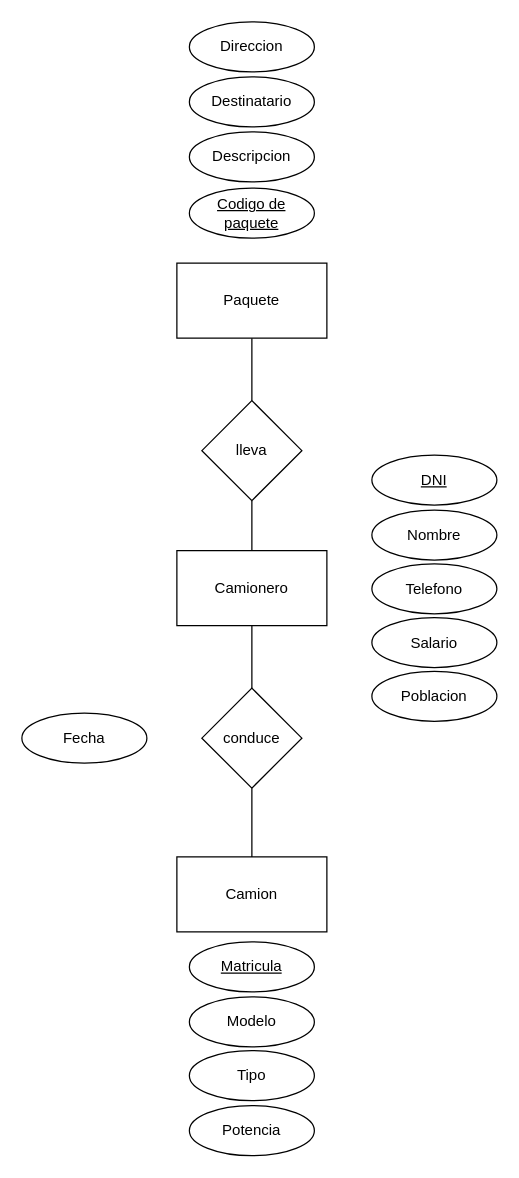
Before: Unidad_1/Tareas/Tarea_3/Sistema de Reparto.drawio in OxideVanadium/base_de_datos, a draw.io diagram. Source tidied: cells renumbered, new cells numbered last; positions are measured from the earlier drawing's top-left corner, leaving out a move shared by most shapes. Both pictures are drawn from the tidied source at 125%, with x=0, y=0 at pixel (21, 21).
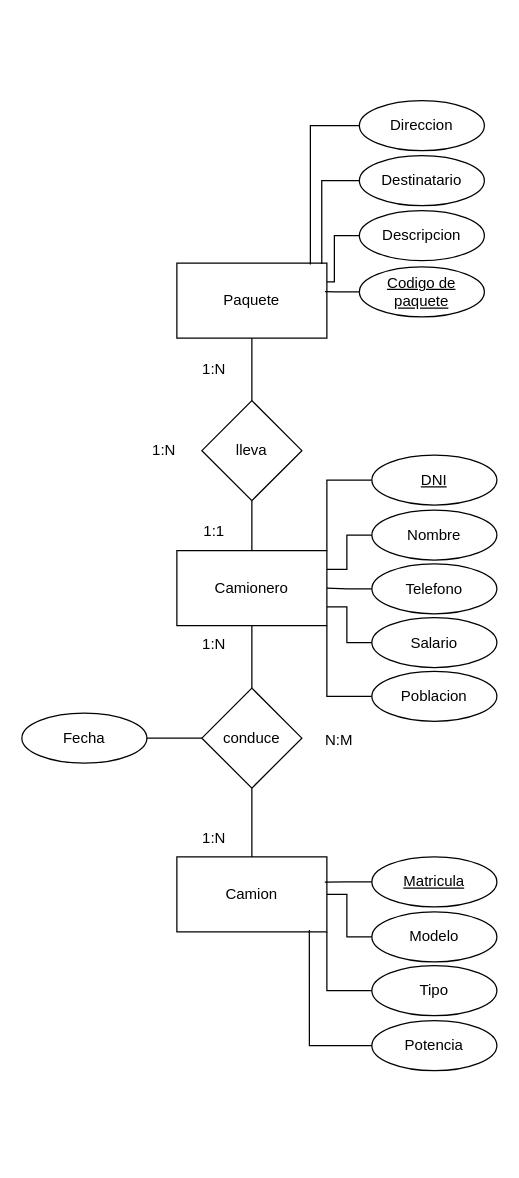
Above is the later version.

The change refers to these unchanged cells:
```xml
<mxCell id="3" value="Paquete" style="rounded=0;whiteSpace=wrap;html=1;" parent="1" vertex="1">
  <mxGeometry x="124" y="193" width="120" height="60" as="geometry" />
</mxCell>
<mxCell id="5" value="&lt;div&gt;Camionero&lt;/div&gt;" style="rounded=0;whiteSpace=wrap;html=1;" parent="1" vertex="1">
  <mxGeometry x="124" y="423" width="120" height="60" as="geometry" />
</mxCell>
<mxCell id="6" value="Camion" style="rounded=0;whiteSpace=wrap;html=1;" parent="1" vertex="1">
  <mxGeometry x="124" y="668" width="120" height="60" as="geometry" />
</mxCell>
<mxCell id="10" value="conduce" style="rhombus;whiteSpace=wrap;html=1;" parent="1" vertex="1">
  <mxGeometry x="144" y="533" width="80" height="80" as="geometry" />
</mxCell>
<mxCell id="15" value="DNI" style="ellipse;whiteSpace=wrap;html=1;align=center;fontStyle=4;" parent="1" vertex="1">
  <mxGeometry x="280" y="346.5" width="100" height="40" as="geometry" />
</mxCell>
<mxCell id="16" value="Nombre" style="ellipse;whiteSpace=wrap;html=1;" parent="1" vertex="1">
  <mxGeometry x="280" y="390.5" width="100" height="40" as="geometry" />
</mxCell>
<mxCell id="17" value="Telefono" style="ellipse;whiteSpace=wrap;html=1;" parent="1" vertex="1">
  <mxGeometry x="280" y="433.5" width="100" height="40" as="geometry" />
</mxCell>
<mxCell id="18" value="Salario" style="ellipse;whiteSpace=wrap;html=1;" parent="1" vertex="1">
  <mxGeometry x="280" y="476.5" width="100" height="40" as="geometry" />
</mxCell>
<mxCell id="19" value="&lt;div&gt;Poblacion&lt;/div&gt;" style="ellipse;whiteSpace=wrap;html=1;" parent="1" vertex="1">
  <mxGeometry x="280" y="519.5" width="100" height="40" as="geometry" />
</mxCell>
<mxCell id="24" value="Fecha" style="ellipse;whiteSpace=wrap;html=1;" parent="1" vertex="1">
  <mxGeometry y="553" width="100" height="40" as="geometry" />
</mxCell>
```

Diff of the diagram source:
```diff
@@
     <mxCell id="11" value="Codigo de paquete" style="ellipse;whiteSpace=wrap;html=1;align=center;fontStyle=4;" parent="1" vertex="1">
-      <mxGeometry x="134" y="133" width="100" height="40" as="geometry" />
+      <mxGeometry x="270" y="196" width="100" height="40" as="geometry" />
     </mxCell>
+    <mxCell id="25" style="edgeStyle=orthogonalEdgeStyle;rounded=0;jettySize=auto;html=1;entryX=1;entryY=0.25;entryDx=0;entryDy=0;endArrow=none;endFill=0;" parent="1" edge="1" source="12" target="3">
+      <mxGeometry relative="1" as="geometry" />
+    </mxCell>
     <mxCell id="12" value="Descripcion" style="ellipse;whiteSpace=wrap;html=1;" parent="1" vertex="1">
-      <mxGeometry x="134" y="88" width="100" height="40" as="geometry" />
+      <mxGeometry x="270" y="151" width="100" height="40" as="geometry" />
     </mxCell>
     <mxCell id="13" value="Destinatario" style="ellipse;whiteSpace=wrap;html=1;" parent="1" vertex="1">
-      <mxGeometry x="134" y="44" width="100" height="40" as="geometry" />
+      <mxGeometry x="270" y="107" width="100" height="40" as="geometry" />
     </mxCell>
     <mxCell id="14" value="Direccion" style="ellipse;whiteSpace=wrap;html=1;" parent="1" vertex="1">
-      <mxGeometry x="134" width="100" height="40" as="geometry" />
+      <mxGeometry x="270" y="63" width="100" height="40" as="geometry" />
     </mxCell>
+    <mxCell id="26" style="edgeStyle=orthogonalEdgeStyle;rounded=0;jettySize=auto;html=1;entryX=1;entryY=0;entryDx=0;entryDy=0;endArrow=none;endFill=0;" parent="1" edge="1" source="15" target="5">
+      <mxGeometry relative="1" as="geometry" />
+    </mxCell>
@@
+    <mxCell id="27" style="edgeStyle=orthogonalEdgeStyle;rounded=0;jettySize=auto;html=1;entryX=1;entryY=0.25;entryDx=0;entryDy=0;endArrow=none;endFill=0;" parent="1" edge="1" source="16" target="5">
+      <mxGeometry relative="1" as="geometry" />
+    </mxCell>
@@
+    <mxCell id="28" style="edgeStyle=orthogonalEdgeStyle;rounded=0;jettySize=auto;html=1;endArrow=none;endFill=0;" parent="1" edge="1" source="17" target="5">
+      <mxGeometry relative="1" as="geometry" />
+    </mxCell>
@@
+    <mxCell id="29" style="edgeStyle=orthogonalEdgeStyle;rounded=0;jettySize=auto;html=1;entryX=1;entryY=0.75;entryDx=0;entryDy=0;endArrow=none;endFill=0;" parent="1" edge="1" source="18" target="5">
+      <mxGeometry relative="1" as="geometry" />
+    </mxCell>
@@
+    <mxCell id="30" style="edgeStyle=orthogonalEdgeStyle;rounded=0;jettySize=auto;html=1;entryX=1;entryY=1;entryDx=0;entryDy=0;endArrow=none;endFill=0;" parent="1" edge="1" source="19" target="5">
+      <mxGeometry relative="1" as="geometry" />
+    </mxCell>
@@
     <mxCell id="20" value="Matricula" style="ellipse;whiteSpace=wrap;html=1;align=center;fontStyle=4;" parent="1" vertex="1">
-      <mxGeometry x="134" y="736" width="100" height="40" as="geometry" />
+      <mxGeometry x="280" y="668" width="100" height="40" as="geometry" />
     </mxCell>
+    <mxCell id="31" style="edgeStyle=orthogonalEdgeStyle;rounded=0;jettySize=auto;html=1;entryX=1;entryY=0.5;entryDx=0;entryDy=0;endArrow=none;endFill=0;" parent="1" edge="1" source="21" target="6">
+      <mxGeometry relative="1" as="geometry" />
+    </mxCell>
     <mxCell id="21" value="Modelo" style="ellipse;whiteSpace=wrap;html=1;" parent="1" vertex="1">
-      <mxGeometry x="134" y="780" width="100" height="40" as="geometry" />
+      <mxGeometry x="280" y="712" width="100" height="40" as="geometry" />
     </mxCell>
+    <mxCell id="32" style="edgeStyle=orthogonalEdgeStyle;rounded=0;jettySize=auto;html=1;entryX=1;entryY=1;entryDx=0;entryDy=0;endArrow=none;endFill=0;" parent="1" edge="1" source="22" target="6">
+      <mxGeometry relative="1" as="geometry" />
+    </mxCell>
     <mxCell id="22" value="Tipo" style="ellipse;whiteSpace=wrap;html=1;" parent="1" vertex="1">
-      <mxGeometry x="134" y="823" width="100" height="40" as="geometry" />
+      <mxGeometry x="280" y="755" width="100" height="40" as="geometry" />
     </mxCell>
     <mxCell id="23" value="Potencia" style="ellipse;whiteSpace=wrap;html=1;" parent="1" vertex="1">
-      <mxGeometry x="134" y="867" width="100" height="40" as="geometry" />
+      <mxGeometry x="280" y="799" width="100" height="40" as="geometry" />
     </mxCell>
+    <mxCell id="33" style="edgeStyle=orthogonalEdgeStyle;rounded=0;jettySize=auto;html=1;entryX=0;entryY=0.5;entryDx=0;entryDy=0;endArrow=none;endFill=0;" parent="1" edge="1" source="24" target="10">
+      <mxGeometry relative="1" as="geometry" />
+    </mxCell>
@@
+    <mxCell id="34" style="edgeStyle=orthogonalEdgeStyle;rounded=0;jettySize=auto;html=1;entryX=0.987;entryY=0.379;entryDx=0;entryDy=0;entryPerimeter=0;endArrow=none;endFill=0;" parent="1" edge="1" source="11" target="3">
+      <mxGeometry relative="1" as="geometry" />
+    </mxCell>
+    <mxCell id="35" style="edgeStyle=orthogonalEdgeStyle;rounded=0;jettySize=auto;html=1;entryX=0.966;entryY=0.011;entryDx=0;entryDy=0;entryPerimeter=0;endArrow=none;endFill=0;" parent="1" edge="1" source="13" target="3">
+      <mxGeometry relative="1" as="geometry" />
+    </mxCell>
+    <mxCell id="36" style="edgeStyle=orthogonalEdgeStyle;rounded=0;jettySize=auto;html=1;entryX=0.89;entryY=0.018;entryDx=0;entryDy=0;entryPerimeter=0;endArrow=none;endFill=0;" parent="1" edge="1" source="14" target="3">
+      <mxGeometry relative="1" as="geometry" />
+    </mxCell>
+    <mxCell id="37" style="edgeStyle=orthogonalEdgeStyle;rounded=0;jettySize=auto;html=1;entryX=0.986;entryY=0.335;entryDx=0;entryDy=0;entryPerimeter=0;endArrow=none;endFill=0;" parent="1" edge="1" source="20" target="6">
+      <mxGeometry relative="1" as="geometry" />
+    </mxCell>
+    <mxCell id="38" style="edgeStyle=orthogonalEdgeStyle;rounded=0;jettySize=auto;html=1;entryX=0.883;entryY=0.976;entryDx=0;entryDy=0;entryPerimeter=0;endArrow=none;endFill=0;" parent="1" edge="1" source="23" target="6">
+      <mxGeometry relative="1" as="geometry" />
+    </mxCell>
+    <mxCell id="39" value="1:N" style="text;html=1;strokeColor=none;fillColor=none;align=center;verticalAlign=middle;whiteSpace=wrap;rounded=0;" parent="1" vertex="1">
+      <mxGeometry x="124" y="263" width="60" height="30" as="geometry" />
+    </mxCell>
+    <mxCell id="40" value="1:1" style="text;html=1;strokeColor=none;fillColor=none;align=center;verticalAlign=middle;whiteSpace=wrap;rounded=0;" parent="1" vertex="1">
+      <mxGeometry x="124" y="393" width="60" height="30" as="geometry" />
+    </mxCell>
+    <mxCell id="41" value="1:N" style="text;html=1;strokeColor=none;fillColor=none;align=center;verticalAlign=middle;whiteSpace=wrap;rounded=0;" parent="1" vertex="1">
+      <mxGeometry x="124" y="483" width="60" height="30" as="geometry" />
+    </mxCell>
+    <mxCell id="42" value="1:N" style="text;html=1;strokeColor=none;fillColor=none;align=center;verticalAlign=middle;whiteSpace=wrap;rounded=0;" parent="1" vertex="1">
+      <mxGeometry x="124" y="638" width="60" height="30" as="geometry" />
+    </mxCell>
+    <mxCell id="43" value="1:N" style="text;html=1;strokeColor=none;fillColor=none;align=center;verticalAlign=middle;whiteSpace=wrap;rounded=0;" parent="1" vertex="1">
+      <mxGeometry x="84" y="328" width="60" height="30" as="geometry" />
+    </mxCell>
+    <mxCell id="44" value="N:M" style="text;html=1;strokeColor=none;fillColor=none;align=center;verticalAlign=middle;whiteSpace=wrap;rounded=0;" parent="1" vertex="1">
+      <mxGeometry x="224" y="559.5" width="60" height="30" as="geometry" />
+    </mxCell>
```
